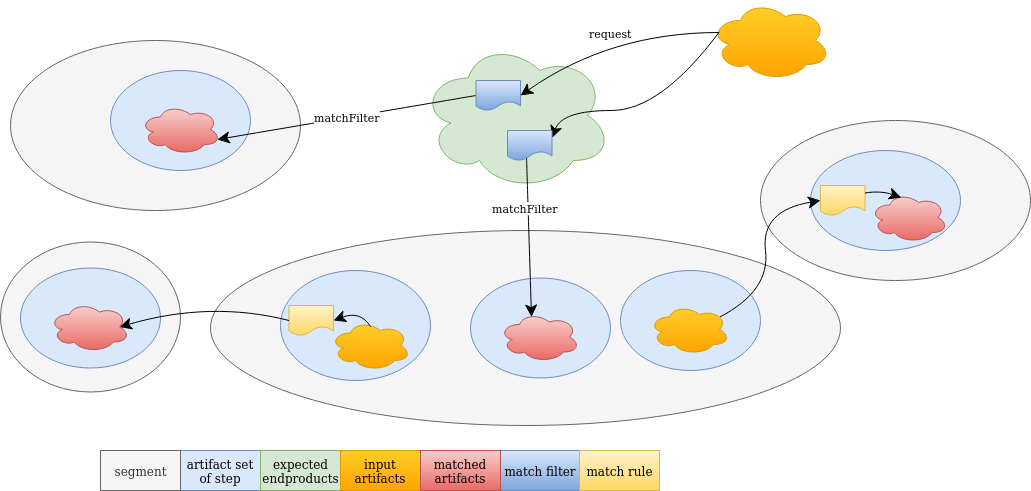
Earlier version of the draw.io export docs/design/images/layout_with_several_segments.png (rabobank/argos). Source tidied: cells renumbered, new cells last; positions are measured from the earlier drawing's top-left corner, leaving out a move shared by most shapes.
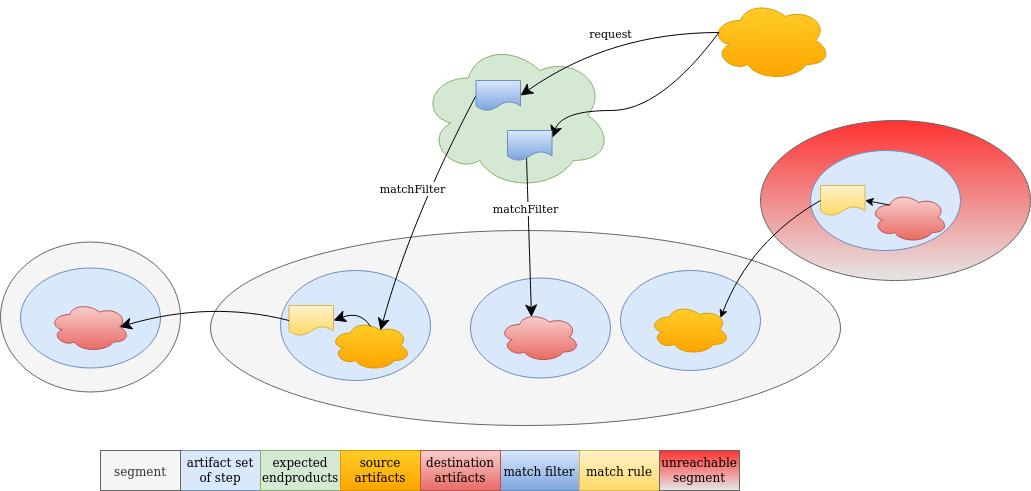
The same file after the commit.

Commit message:
change verification design

Change to the diagram source:
```diff
@@ -8,148 +8,142 @@
     <mxCell id="3" style="ellipse;whiteSpace=wrap;html=1;verticalAlign=top;fillColor=#dae8fc;strokeColor=#6c8ebf;" parent="1" vertex="1">
       <mxGeometry x="470" y="277.5" width="140" height="100" as="geometry" />
     </mxCell>
-    <mxCell id="4" style="ellipse;whiteSpace=wrap;html=1;verticalAlign=top;fillColor=#f5f5f5;strokeColor=#666666;fontColor=#333333;" parent="1" vertex="1">
-      <mxGeometry x="10" y="40" width="290" height="170" as="geometry" />
+    <mxCell id="4" style="ellipse;shape=cloud;whiteSpace=wrap;html=1;fillColor=#d5e8d4;strokeColor=#82b366;" parent="1" vertex="1">
+      <mxGeometry x="420" y="40" width="191" height="150" as="geometry" />
     </mxCell>
-    <mxCell id="5" style="ellipse;whiteSpace=wrap;html=1;verticalAlign=top;fillColor=#dae8fc;strokeColor=#6c8ebf;" parent="1" vertex="1">
-      <mxGeometry x="110" y="70" width="140" height="100" as="geometry" />
+    <mxCell id="5" style="ellipse;whiteSpace=wrap;html=1;verticalAlign=top;fillColor=#f5f5f5;strokeColor=#666666;fontColor=#333333;" parent="1" vertex="1">
+      <mxGeometry y="241.5" width="180" height="150" as="geometry" />
     </mxCell>
-    <mxCell id="6" style="ellipse;shape=cloud;whiteSpace=wrap;html=1;fillColor=#d5e8d4;strokeColor=#82b366;" parent="1" vertex="1">
-      <mxGeometry x="420" y="40" width="191" height="150" as="geometry" />
+    <mxCell id="6" style="ellipse;whiteSpace=wrap;html=1;verticalAlign=top;fillColor=#dae8fc;strokeColor=#6c8ebf;" parent="1" vertex="1">
+      <mxGeometry x="20" y="267.5" width="140" height="100" as="geometry" />
     </mxCell>
-    <mxCell id="7" style="ellipse;whiteSpace=wrap;html=1;verticalAlign=top;fillColor=#f5f5f5;strokeColor=#666666;fontColor=#333333;" parent="1" vertex="1">
-      <mxGeometry y="241.5" width="180" height="150" as="geometry" />
+    <mxCell id="7" style="ellipse;whiteSpace=wrap;html=1;verticalAlign=top;fillColor=#E6E6E6;strokeColor=#666666;fontColor=#333333;gradientColor=#FF3333;gradientDirection=north;" parent="1" vertex="1">
+      <mxGeometry x="760" y="120" width="270" height="160" as="geometry" />
     </mxCell>
     <mxCell id="8" style="ellipse;whiteSpace=wrap;html=1;verticalAlign=top;fillColor=#dae8fc;strokeColor=#6c8ebf;" parent="1" vertex="1">
-      <mxGeometry x="20" y="267.5" width="140" height="100" as="geometry" />
+      <mxGeometry x="810" y="150" width="150" height="100" as="geometry" />
     </mxCell>
-    <mxCell id="9" style="ellipse;whiteSpace=wrap;html=1;verticalAlign=top;fillColor=#f5f5f5;strokeColor=#666666;fontColor=#333333;" parent="1" vertex="1">
-      <mxGeometry x="760" y="120" width="270" height="160" as="geometry" />
+    <mxCell id="9" style="ellipse;whiteSpace=wrap;html=1;verticalAlign=top;fillColor=#dae8fc;strokeColor=#6c8ebf;" parent="1" vertex="1">
+      <mxGeometry x="620" y="270" width="140" height="100" as="geometry" />
     </mxCell>
-    <mxCell id="10" style="ellipse;whiteSpace=wrap;html=1;verticalAlign=top;fillColor=#dae8fc;strokeColor=#6c8ebf;" parent="1" vertex="1">
-      <mxGeometry x="810" y="150" width="150" height="100" as="geometry" />
+    <mxCell id="10" style="group;" parent="1" vertex="1">
+      <mxGeometry x="470" y="277.5" width="140" height="100" as="geometry" />
     </mxCell>
     <mxCell id="11" style="ellipse;whiteSpace=wrap;html=1;verticalAlign=top;fillColor=#dae8fc;strokeColor=#6c8ebf;" parent="1" vertex="1">
-      <mxGeometry x="620" y="270" width="140" height="100" as="geometry" />
+      <mxGeometry x="280" y="270" width="150" height="110" as="geometry" />
     </mxCell>
-    <mxCell id="12" style="group;" parent="1" vertex="1">
-      <mxGeometry x="470" y="277.5" width="140" height="100" as="geometry" />
+    <mxCell id="12" style="ellipse;shape=cloud;whiteSpace=wrap;html=1;gradientColor=#ffa500;fillColor=#ffcd28;strokeColor=#d79b00;" parent="1" vertex="1">
+      <mxGeometry x="710" width="120" height="80" as="geometry" />
     </mxCell>
-    <mxCell id="13" style="ellipse;whiteSpace=wrap;html=1;verticalAlign=top;fillColor=#dae8fc;strokeColor=#6c8ebf;" parent="1" vertex="1">
-      <mxGeometry x="280" y="270" width="150" height="110" as="geometry" />
+    <mxCell id="13" style="group;" parent="1" vertex="1">
+      <mxGeometry x="110" y="70" width="140" height="100" as="geometry" />
     </mxCell>
-    <mxCell id="14" style="ellipse;shape=cloud;whiteSpace=wrap;html=1;gradientColor=#ffa500;fillColor=#ffcd28;strokeColor=#d79b00;" parent="1" vertex="1">
-      <mxGeometry x="710" width="120" height="80" as="geometry" />
+    <mxCell id="14" value="matchFilter" style="curved=1;endArrow=classic;html=1;exitX=0;exitY=0.5;exitDx=0;exitDy=0;entryX=0.625;entryY=0.2;entryDx=0;entryDy=0;entryPerimeter=0;endSize=10;" parent="1" edge="1" source="31" target="17">
+      <mxGeometry x="-0.13" y="-13" relative="1" as="geometry">
+        <Array as="points">
+          <mxPoint x="410" y="220" />
+        </Array>
+      </mxGeometry>
     </mxCell>
     <mxCell id="15" style="group;" parent="1" vertex="1">
-      <mxGeometry x="110" y="70" width="140" height="100" as="geometry" />
+      <mxGeometry x="810" y="150" width="150" height="100" as="geometry" />
     </mxCell>
-    <mxCell id="16" value="matchFilter" style="curved=1;endArrow=classic;html=1;exitX=0;exitY=0.5;exitDx=0;exitDy=0;entryX=0.96;entryY=0.7;entryDx=0;entryDy=0;entryPerimeter=0;endSize=10;" parent="1" edge="1" source="36" target="34">
-      <mxGeometry relative="1" as="geometry" />
+    <mxCell id="16" value="matchFilter" style="curved=1;endArrow=classic;html=1;exitX=0.427;exitY=0.867;exitDx=0;exitDy=0;entryX=0.4;entryY=0.1;entryDx=0;entryDy=0;entryPerimeter=0;exitPerimeter=0;endSize=10;" parent="1" edge="1" source="32" target="26">
+      <mxGeometry x="-0.37" y="-3" relative="1" as="geometry" />
     </mxCell>
-    <mxCell id="17" style="group;" parent="1" vertex="1">
-      <mxGeometry x="810" y="150" width="150" height="100" as="geometry" />
+    <mxCell id="17" style="ellipse;shape=cloud;whiteSpace=wrap;html=1;gradientColor=#ffa500;fillColor=#ffcd28;strokeColor=#d79b00;" parent="1" vertex="1">
+      <mxGeometry x="330" y="320" width="80" height="50" as="geometry" />
     </mxCell>
-    <mxCell id="18" value="matchFilter" style="curved=1;endArrow=classic;html=1;exitX=0.427;exitY=0.867;exitDx=0;exitDy=0;entryX=0.4;entryY=0.1;entryDx=0;entryDy=0;entryPerimeter=0;exitPerimeter=0;endSize=10;" parent="1" edge="1" source="37" target="29">
-      <mxGeometry x="-0.37" y="-3" relative="1" as="geometry" />
+    <mxCell id="18" style="shape=document;whiteSpace=wrap;html=1;boundedLbl=1;gradientColor=#ffd966;fillColor=#fff2cc;strokeColor=#d6b656;" parent="1" vertex="1">
+      <mxGeometry x="288.5" y="305" width="44.5" height="30" as="geometry" />
     </mxCell>
-    <mxCell id="19" style="ellipse;shape=cloud;whiteSpace=wrap;html=1;gradientColor=#ffa500;fillColor=#ffcd28;strokeColor=#d79b00;" parent="1" vertex="1">
-      <mxGeometry x="330" y="320" width="80" height="50" as="geometry" />
+    <mxCell id="19" style="curved=1;endArrow=classic;html=1;exitX=0.5;exitY=0.12;exitDx=0;exitDy=0;exitPerimeter=0;entryX=1;entryY=0.5;entryDx=0;entryDy=0;endSize=10;" parent="1" edge="1" source="17" target="18">
+      <mxGeometry relative="1" as="geometry">
+        <Array as="points">
+          <mxPoint x="360" y="310" />
+        </Array>
+      </mxGeometry>
     </mxCell>
-    <mxCell id="20" style="shape=document;whiteSpace=wrap;html=1;boundedLbl=1;gradientColor=#ffd966;fillColor=#fff2cc;strokeColor=#d6b656;" parent="1" vertex="1">
-      <mxGeometry x="288.5" y="305" width="44.5" height="30" as="geometry" />
+    <mxCell id="20" style="group;" parent="1" vertex="1">
+      <mxGeometry x="620" y="270" width="140" height="100" as="geometry" />
     </mxCell>
-    <mxCell id="21" style="curved=1;endArrow=classic;html=1;exitX=0.5;exitY=0.12;exitDx=0;exitDy=0;exitPerimeter=0;entryX=1;entryY=0.5;entryDx=0;entryDy=0;endSize=10;" parent="1" edge="1" source="19" target="20">
+    <mxCell id="21" style="curved=1;endArrow=classic;html=1;exitX=0;exitY=0.5;exitDx=0;exitDy=0;entryX=0.875;entryY=0.5;entryDx=0;entryDy=0;entryPerimeter=0;endSize=10;" parent="1" edge="1" source="18" target="33">
       <mxGeometry relative="1" as="geometry">
         <Array as="points">
-          <mxPoint x="360" y="310" />
+          <mxPoint x="210" y="300" />
         </Array>
       </mxGeometry>
     </mxCell>
-    <mxCell id="22" style="group;" parent="1" vertex="1">
-      <mxGeometry x="620" y="270" width="140" height="100" as="geometry" />
+    <mxCell id="22" value="request" style="curved=1;endArrow=classic;html=1;exitX=0.07;exitY=0.4;exitDx=0;exitDy=0;exitPerimeter=0;entryX=1;entryY=0.5;entryDx=0;entryDy=0;endSize=10;" parent="1" edge="1" source="12" target="31">
+      <mxGeometry relative="1" as="geometry">
+        <Array as="points">
+          <mxPoint x="610" y="32" />
+        </Array>
+      </mxGeometry>
     </mxCell>
-    <mxCell id="23" style="curved=1;endArrow=classic;html=1;exitX=0.88;exitY=0.25;exitDx=0;exitDy=0;exitPerimeter=0;entryX=0;entryY=0.5;entryDx=0;entryDy=0;endSize=10;" parent="1" edge="1" source="30" target="32">
+    <mxCell id="23" style="curved=1;endArrow=classic;html=1;exitX=0.07;exitY=0.4;exitDx=0;exitDy=0;exitPerimeter=0;entryX=1;entryY=0.25;entryDx=0;entryDy=0;endSize=10;" parent="1" edge="1" source="12" target="32">
       <mxGeometry relative="1" as="geometry">
         <Array as="points">
-          <mxPoint x="770" y="290" />
-          <mxPoint x="760" y="210" />
+          <mxPoint x="660" y="110" />
+          <mxPoint x="561.6" y="110" />
         </Array>
       </mxGeometry>
     </mxCell>
-    <mxCell id="24" style="curved=1;endArrow=classic;html=1;exitX=0;exitY=0.5;exitDx=0;exitDy=0;entryX=0.875;entryY=0.5;entryDx=0;entryDy=0;entryPerimeter=0;endSize=10;" parent="1" edge="1" source="20" target="38">
-      <mxGeometry relative="1" as="geometry">
-        <Array as="points">
-          <mxPoint x="210" y="300" />
-        </Array>
-      </mxGeometry>
+    <mxCell id="24" value="artifact set of step" style="rounded=0;whiteSpace=wrap;html=1;fillColor=#dae8fc;strokeColor=#6c8ebf;" parent="1" vertex="1">
+      <mxGeometry x="180" y="450" width="80" height="40" as="geometry" />
     </mxCell>
-    <mxCell id="25" value="request" style="curved=1;endArrow=classic;html=1;exitX=0.07;exitY=0.4;exitDx=0;exitDy=0;exitPerimeter=0;entryX=1;entryY=0.5;entryDx=0;entryDy=0;endSize=10;" parent="1" edge="1" source="14" target="36">
-      <mxGeometry relative="1" as="geometry">
-        <Array as="points">
-          <mxPoint x="610" y="32" />
-        </Array>
-      </mxGeometry>
+    <mxCell id="25" value="segment" style="rounded=0;whiteSpace=wrap;html=1;fillColor=#f5f5f5;strokeColor=#666666;fontColor=#333333;" parent="1" vertex="1">
+      <mxGeometry x="100" y="450" width="80" height="40" as="geometry" />
     </mxCell>
-    <mxCell id="26" style="curved=1;endArrow=classic;html=1;exitX=0.07;exitY=0.4;exitDx=0;exitDy=0;exitPerimeter=0;entryX=1;entryY=0.25;entryDx=0;entryDy=0;endSize=10;" parent="1" edge="1" source="14" target="37">
-      <mxGeometry relative="1" as="geometry">
-        <Array as="points">
-          <mxPoint x="660" y="110" />
-          <mxPoint x="561.6" y="110" />
-        </Array>
-      </mxGeometry>
+    <mxCell id="26" style="ellipse;shape=cloud;whiteSpace=wrap;html=1;gradientColor=#ea6b66;fillColor=#f8cecc;strokeColor=#b85450;" parent="1" vertex="1">
+      <mxGeometry x="499" y="311.5" width="80" height="50" as="geometry" />
     </mxCell>
-    <mxCell id="27" value="artifact set of step" style="rounded=0;whiteSpace=wrap;html=1;fillColor=#dae8fc;strokeColor=#6c8ebf;" parent="1" vertex="1">
-      <mxGeometry x="180" y="450" width="80" height="40" as="geometry" />
+    <mxCell id="27" style="ellipse;shape=cloud;whiteSpace=wrap;html=1;gradientColor=#ffa500;fillColor=#ffcd28;strokeColor=#d79b00;" parent="1" vertex="1">
+      <mxGeometry x="649" y="304" width="80" height="50" as="geometry" />
     </mxCell>
-    <mxCell id="28" value="segment" style="rounded=0;whiteSpace=wrap;html=1;fillColor=#f5f5f5;strokeColor=#666666;fontColor=#333333;" parent="1" vertex="1">
-      <mxGeometry x="100" y="450" width="80" height="40" as="geometry" />
+    <mxCell id="28" style="ellipse;shape=cloud;whiteSpace=wrap;html=1;gradientColor=#ea6b66;fillColor=#f8cecc;strokeColor=#b85450;" parent="1" vertex="1">
+      <mxGeometry x="870" y="192" width="77.1" height="50" as="geometry" />
     </mxCell>
-    <mxCell id="29" style="ellipse;shape=cloud;whiteSpace=wrap;html=1;gradientColor=#ea6b66;fillColor=#f8cecc;strokeColor=#b85450;" parent="1" vertex="1">
-      <mxGeometry x="499" y="311.5" width="80" height="50" as="geometry" />
+    <mxCell id="29" style="shape=document;whiteSpace=wrap;html=1;boundedLbl=1;gradientColor=#ffd966;fillColor=#fff2cc;strokeColor=#d6b656;" parent="1" vertex="1">
+      <mxGeometry x="820" y="185" width="44.5" height="30" as="geometry" />
     </mxCell>
-    <mxCell id="30" style="ellipse;shape=cloud;whiteSpace=wrap;html=1;gradientColor=#ffa500;fillColor=#ffcd28;strokeColor=#d79b00;" parent="1" vertex="1">
-      <mxGeometry x="649" y="304" width="80" height="50" as="geometry" />
+    <mxCell id="30" value="expected endproducts" style="rounded=0;whiteSpace=wrap;html=1;fillColor=#d5e8d4;strokeColor=#82b366;" parent="1" vertex="1">
+      <mxGeometry x="260" y="450" width="80" height="40" as="geometry" />
     </mxCell>
-    <mxCell id="31" style="ellipse;shape=cloud;whiteSpace=wrap;html=1;gradientColor=#ea6b66;fillColor=#f8cecc;strokeColor=#b85450;" parent="1" vertex="1">
-      <mxGeometry x="870" y="192" width="77.1" height="50" as="geometry" />
+    <mxCell id="31" style="shape=document;whiteSpace=wrap;html=1;boundedLbl=1;gradientColor=#7ea6e0;fillColor=#dae8fc;strokeColor=#6c8ebf;" parent="1" vertex="1">
+      <mxGeometry x="475.5" y="80" width="44.5" height="30" as="geometry" />
     </mxCell>
-    <mxCell id="32" style="shape=document;whiteSpace=wrap;html=1;boundedLbl=1;gradientColor=#ffd966;fillColor=#fff2cc;strokeColor=#d6b656;" parent="1" vertex="1">
-      <mxGeometry x="820" y="185" width="44.5" height="30" as="geometry" />
+    <mxCell id="32" style="shape=document;whiteSpace=wrap;html=1;boundedLbl=1;gradientColor=#7ea6e0;fillColor=#dae8fc;strokeColor=#6c8ebf;" parent="1" vertex="1">
+      <mxGeometry x="507" y="130" width="44.5" height="30" as="geometry" />
     </mxCell>
-    <mxCell id="33" style="curved=1;endArrow=classic;html=1;exitX=1;exitY=0.25;exitDx=0;exitDy=0;entryX=0.4;entryY=0.1;entryDx=0;entryDy=0;entryPerimeter=0;endSize=10;" parent="1" edge="1" source="32" target="31">
-      <mxGeometry relative="1" as="geometry">
-        <Array as="points">
-          <mxPoint x="880" y="190" />
-        </Array>
-      </mxGeometry>
+    <mxCell id="33" style="ellipse;shape=cloud;whiteSpace=wrap;html=1;gradientColor=#ea6b66;fillColor=#f8cecc;strokeColor=#b85450;" parent="1" vertex="1">
+      <mxGeometry x="49" y="301.5" width="80" height="50" as="geometry" />
     </mxCell>
-    <mxCell id="34" style="ellipse;shape=cloud;whiteSpace=wrap;html=1;gradientColor=#ea6b66;fillColor=#f8cecc;strokeColor=#b85450;" parent="1" vertex="1">
-      <mxGeometry x="140" y="104" width="80" height="50" as="geometry" />
+    <mxCell id="34" value="source artifacts" style="rounded=0;whiteSpace=wrap;html=1;gradientColor=#ffa500;fillColor=#ffcd28;strokeColor=#d79b00;" parent="1" vertex="1">
+      <mxGeometry x="340" y="450" width="80" height="40" as="geometry" />
     </mxCell>
-    <mxCell id="35" value="expected endproducts" style="rounded=0;whiteSpace=wrap;html=1;fillColor=#d5e8d4;strokeColor=#82b366;" parent="1" vertex="1">
-      <mxGeometry x="260" y="450" width="80" height="40" as="geometry" />
+    <mxCell id="35" value="match filter" style="rounded=0;whiteSpace=wrap;html=1;gradientColor=#7ea6e0;fillColor=#dae8fc;strokeColor=#6c8ebf;" parent="1" vertex="1">
+      <mxGeometry x="499" y="450" width="80" height="40" as="geometry" />
     </mxCell>
-    <mxCell id="36" style="shape=document;whiteSpace=wrap;html=1;boundedLbl=1;gradientColor=#7ea6e0;fillColor=#dae8fc;strokeColor=#6c8ebf;" parent="1" vertex="1">
-      <mxGeometry x="475.5" y="80" width="44.5" height="30" as="geometry" />
+    <mxCell id="36" value="match rule" style="rounded=0;whiteSpace=wrap;html=1;gradientColor=#ffd966;fillColor=#fff2cc;strokeColor=#d6b656;" parent="1" vertex="1">
+      <mxGeometry x="579" y="450" width="80" height="40" as="geometry" />
     </mxCell>
-    <mxCell id="37" style="shape=document;whiteSpace=wrap;html=1;boundedLbl=1;gradientColor=#7ea6e0;fillColor=#dae8fc;strokeColor=#6c8ebf;" parent="1" vertex="1">
-      <mxGeometry x="507" y="130" width="44.5" height="30" as="geometry" />
+    <mxCell id="37" value="destination artifacts" style="rounded=0;whiteSpace=wrap;html=1;gradientColor=#ea6b66;fillColor=#f8cecc;strokeColor=#b85450;" parent="1" vertex="1">
+      <mxGeometry x="420" y="450" width="80" height="40" as="geometry" />
     </mxCell>
-    <mxCell id="38" style="ellipse;shape=cloud;whiteSpace=wrap;html=1;gradientColor=#ea6b66;fillColor=#f8cecc;strokeColor=#b85450;" parent="1" vertex="1">
-      <mxGeometry x="49" y="301.5" width="80" height="50" as="geometry" />
+    <mxCell id="38" style="curved=1;endArrow=classic;html=1;exitX=0;exitY=0.5;exitDx=0;exitDy=0;" parent="1" edge="1" source="29">
+      <mxGeometry relative="1" as="geometry">
+        <mxPoint x="720" y="317.5" as="targetPoint" />
+        <Array as="points">
+          <mxPoint x="750" y="240" />
+        </Array>
+      </mxGeometry>
     </mxCell>
-    <mxCell id="39" value="input artifacts" style="rounded=0;whiteSpace=wrap;html=1;gradientColor=#ffa500;fillColor=#ffcd28;strokeColor=#d79b00;" parent="1" vertex="1">
-      <mxGeometry x="340" y="450" width="80" height="40" as="geometry" />
+    <mxCell id="39" style="curved=1;endArrow=classic;html=1;exitX=0.25;exitY=0.25;exitDx=0;exitDy=0;exitPerimeter=0;entryX=1;entryY=0.5;entryDx=0;entryDy=0;" parent="1" edge="1" source="28" target="29">
+      <mxGeometry relative="1" as="geometry" />
     </mxCell>
-    <mxCell id="40" value="match filter" style="rounded=0;whiteSpace=wrap;html=1;gradientColor=#7ea6e0;fillColor=#dae8fc;strokeColor=#6c8ebf;" parent="1" vertex="1">
-      <mxGeometry x="499" y="450" width="80" height="40" as="geometry" />
+    <mxCell id="40" value="unreachable segment" style="rounded=0;whiteSpace=wrap;html=1;fillColor=#E6E6E6;gradientColor=#FF3333;strokeColor=#666666;gradientDirection=north;" parent="1" vertex="1">
+      <mxGeometry x="659" y="450" width="80" height="40" as="geometry" />
     </mxCell>
-    <mxCell id="41" value="match rule" style="rounded=0;whiteSpace=wrap;html=1;gradientColor=#ffd966;fillColor=#fff2cc;strokeColor=#d6b656;" parent="1" vertex="1">
-      <mxGeometry x="579" y="450" width="80" height="40" as="geometry" />
-    </mxCell>
-    <mxCell id="42" value="matched artifacts" style="rounded=0;whiteSpace=wrap;html=1;gradientColor=#ea6b66;fillColor=#f8cecc;strokeColor=#b85450;" parent="1" vertex="1">
-      <mxGeometry x="420" y="450" width="80" height="40" as="geometry" />
-    </mxCell>
   </root>
 </mxGraphModel>
```
